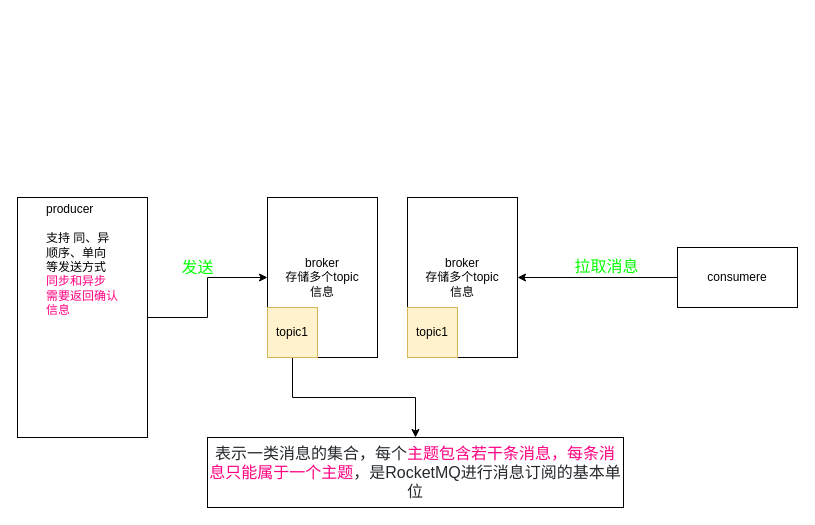
Before: rocketMq.drawio in KOkkmiao/note, a draw.io diagram. Source tidied: cells renumbered, new cells numbered last; positions are measured from the earlier drawing's top-left corner, leaving out a move shared by most shapes. Both pictures are drawn from the tidied source at 100%, with x=0, y=0 at pixel (17, 197).
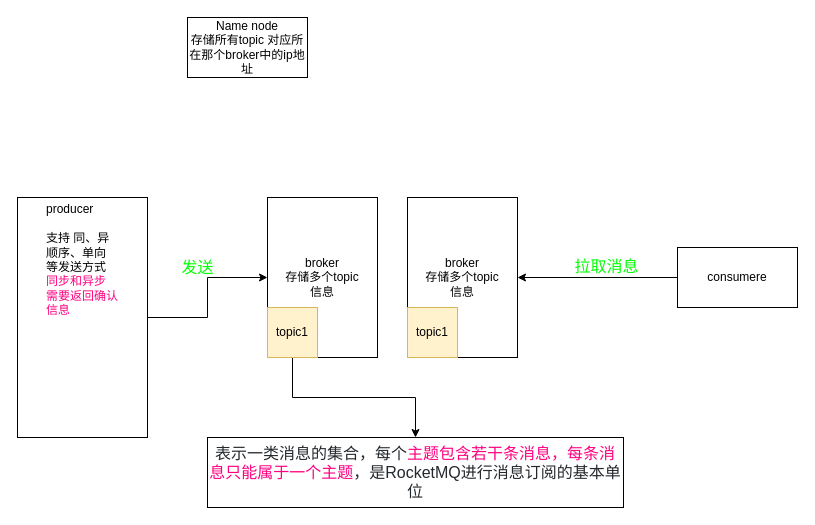
After the change.

The edit, as a diff of the source:
```diff
@@
 <mxGraphModel>
   <root>
     <mxCell id="0" />
     <mxCell id="1" parent="0" />
     <mxCell id="2" style="edgeStyle=orthogonalEdgeStyle;rounded=0;jettySize=auto;html=1;" parent="1" edge="1" source="3" target="6">
       <mxGeometry relative="1" as="geometry" />
     </mxCell>
     <mxCell id="3" value="&lt;div style=&quot;text-align: justify&quot;&gt;&lt;span&gt;producer&lt;/span&gt;&lt;/div&gt;&lt;div style=&quot;text-align: justify&quot;&gt;&lt;span&gt;&lt;br&gt;&lt;/span&gt;&lt;/div&gt;&lt;div style=&quot;text-align: justify&quot;&gt;&lt;span&gt;支持 同、异&lt;/span&gt;&lt;/div&gt;&lt;div style=&quot;text-align: justify&quot;&gt;&lt;span&gt;顺序、单向&lt;/span&gt;&lt;/div&gt;&lt;div style=&quot;text-align: justify&quot;&gt;&lt;span&gt;等发送方式&lt;/span&gt;&lt;/div&gt;&lt;div style=&quot;text-align: justify&quot;&gt;&lt;span&gt;&lt;font color=&quot;#ff0080&quot;&gt;同步和异步&lt;/font&gt;&lt;/span&gt;&lt;/div&gt;&lt;div style=&quot;text-align: justify&quot;&gt;&lt;font color=&quot;#ff0080&quot;&gt;需要返回确认&lt;/font&gt;&lt;/div&gt;&lt;div style=&quot;text-align: justify&quot;&gt;&lt;span&gt;&lt;font color=&quot;#ff0080&quot;&gt;信息&lt;/font&gt;&lt;/span&gt;&lt;/div&gt;&lt;div style=&quot;text-align: justify&quot;&gt;&lt;span&gt;&lt;br&gt;&lt;/span&gt;&lt;/div&gt;&lt;div style=&quot;text-align: justify&quot;&gt;&lt;span&gt;&lt;br&gt;&lt;/span&gt;&lt;/div&gt;&lt;div style=&quot;text-align: justify&quot;&gt;&lt;span&gt;&lt;br&gt;&lt;/span&gt;&lt;/div&gt;&lt;div style=&quot;text-align: justify&quot;&gt;&lt;span&gt;&lt;br&gt;&lt;/span&gt;&lt;/div&gt;&lt;div style=&quot;text-align: justify&quot;&gt;&lt;span&gt;&lt;br&gt;&lt;/span&gt;&lt;/div&gt;&lt;div style=&quot;text-align: justify&quot;&gt;&lt;span&gt;&lt;br&gt;&lt;/span&gt;&lt;/div&gt;&lt;div style=&quot;text-align: justify&quot;&gt;&lt;span&gt;&lt;br&gt;&lt;/span&gt;&lt;/div&gt;&lt;div style=&quot;text-align: justify&quot;&gt;&lt;span&gt;&lt;br&gt;&lt;/span&gt;&lt;/div&gt;" style="rounded=0;whiteSpace=wrap;html=1;align=center;" parent="1" vertex="1">
       <mxGeometry width="130" height="240" as="geometry" />
     </mxCell>
     <mxCell id="4" style="edgeStyle=orthogonalEdgeStyle;rounded=0;jettySize=auto;html=1;entryX=1;entryY=0.5;entryDx=0;entryDy=0;" parent="1" edge="1" source="5" target="9">
       <mxGeometry relative="1" as="geometry" />
     </mxCell>
     <mxCell id="5" value="consumere" style="rounded=0;whiteSpace=wrap;html=1;" parent="1" vertex="1">
       <mxGeometry x="660" y="50" width="120" height="60" as="geometry" />
     </mxCell>
     <mxCell id="6" value="broker&lt;br&gt;存储多个topic&lt;br&gt;信息&lt;br&gt;" style="rounded=0;whiteSpace=wrap;html=1;" parent="1" vertex="1">
       <mxGeometry x="250" width="110" height="160" as="geometry" />
     </mxCell>
     <mxCell id="7" style="edgeStyle=orthogonalEdgeStyle;rounded=0;jettySize=auto;html=1;entryX=0.5;entryY=0;entryDx=0;entryDy=0;fontSize=16;" parent="1" edge="1" source="8" target="13">
       <mxGeometry relative="1" as="geometry" />
     </mxCell>
     <mxCell id="8" value="topic1" style="rounded=0;whiteSpace=wrap;html=1;fillColor=#fff2cc;strokeColor=#d6b656;" parent="1" vertex="1">
       <mxGeometry x="250" y="110" width="50" height="50" as="geometry" />
     </mxCell>
     <mxCell id="9" value="broker&lt;br&gt;存储多个topic&lt;br&gt;信息&lt;br&gt;" style="rounded=0;whiteSpace=wrap;html=1;" parent="1" vertex="1">
       <mxGeometry x="390" width="110" height="160" as="geometry" />
     </mxCell>
     <mxCell id="10" value="topic1" style="rounded=0;whiteSpace=wrap;html=1;fillColor=#fff2cc;strokeColor=#d6b656;" parent="1" vertex="1">
       <mxGeometry x="390" y="110" width="50" height="50" as="geometry" />
     </mxCell>
     <mxCell id="11" value="&lt;font color=&quot;#00ff00&quot; style=&quot;font-size: 16px;&quot;&gt;发送&lt;/font&gt;" style="text;html=1;align=center;verticalAlign=middle;fontSize=16;" parent="1" vertex="1">
       <mxGeometry x="155" y="60" width="50" height="20" as="geometry" />
     </mxCell>
     <mxCell id="12" value="&lt;font color=&quot;#00ff00&quot; style=&quot;font-size: 16px;&quot;&gt;拉取消息&lt;/font&gt;" style="text;html=1;align=center;verticalAlign=middle;fontSize=16;" parent="1" vertex="1">
       <mxGeometry x="549" y="59" width="80" height="20" as="geometry" />
     </mxCell>
     <mxCell id="13" value="&lt;span style=&quot;color: rgb(36 , 41 , 46) ; font-family: , , &amp;#34;segoe ui&amp;#34; , &amp;#34;helvetica&amp;#34; , &amp;#34;arial&amp;#34; , sans-serif , &amp;#34;apple color emoji&amp;#34; , &amp;#34;segoe ui emoji&amp;#34; ; background-color: rgb(255 , 255 , 255)&quot;&gt;表示一类消息的集合，每个&lt;/span&gt;&lt;span style=&quot;background-color: rgb(255 , 255 , 255)&quot;&gt;&lt;font color=&quot;#ff0080&quot;&gt;主题包含若干条消息，每条消息只能属于一个主题&lt;/font&gt;&lt;/span&gt;&lt;span style=&quot;color: rgb(36 , 41 , 46) ; font-family: , , &amp;#34;segoe ui&amp;#34; , &amp;#34;helvetica&amp;#34; , &amp;#34;arial&amp;#34; , sans-serif , &amp;#34;apple color emoji&amp;#34; , &amp;#34;segoe ui emoji&amp;#34; ; background-color: rgb(255 , 255 , 255)&quot;&gt;，是RocketMQ进行消息订阅的基本单位&lt;/span&gt;" style="rounded=0;whiteSpace=wrap;html=1;fontSize=16;" parent="1" vertex="1">
       <mxGeometry x="190" y="240" width="416" height="70" as="geometry" />
     </mxCell>
+    <mxCell id="14" value="Name node&lt;br&gt;存储所有topic 对应所在那个broker中的ip地址&lt;br&gt;" style="rounded=0;whiteSpace=wrap;html=1;" parent="1" vertex="1">
+      <mxGeometry x="170" y="-180" width="120" height="60" as="geometry" />
+    </mxCell>
   </root>
 </mxGraphModel>
```
